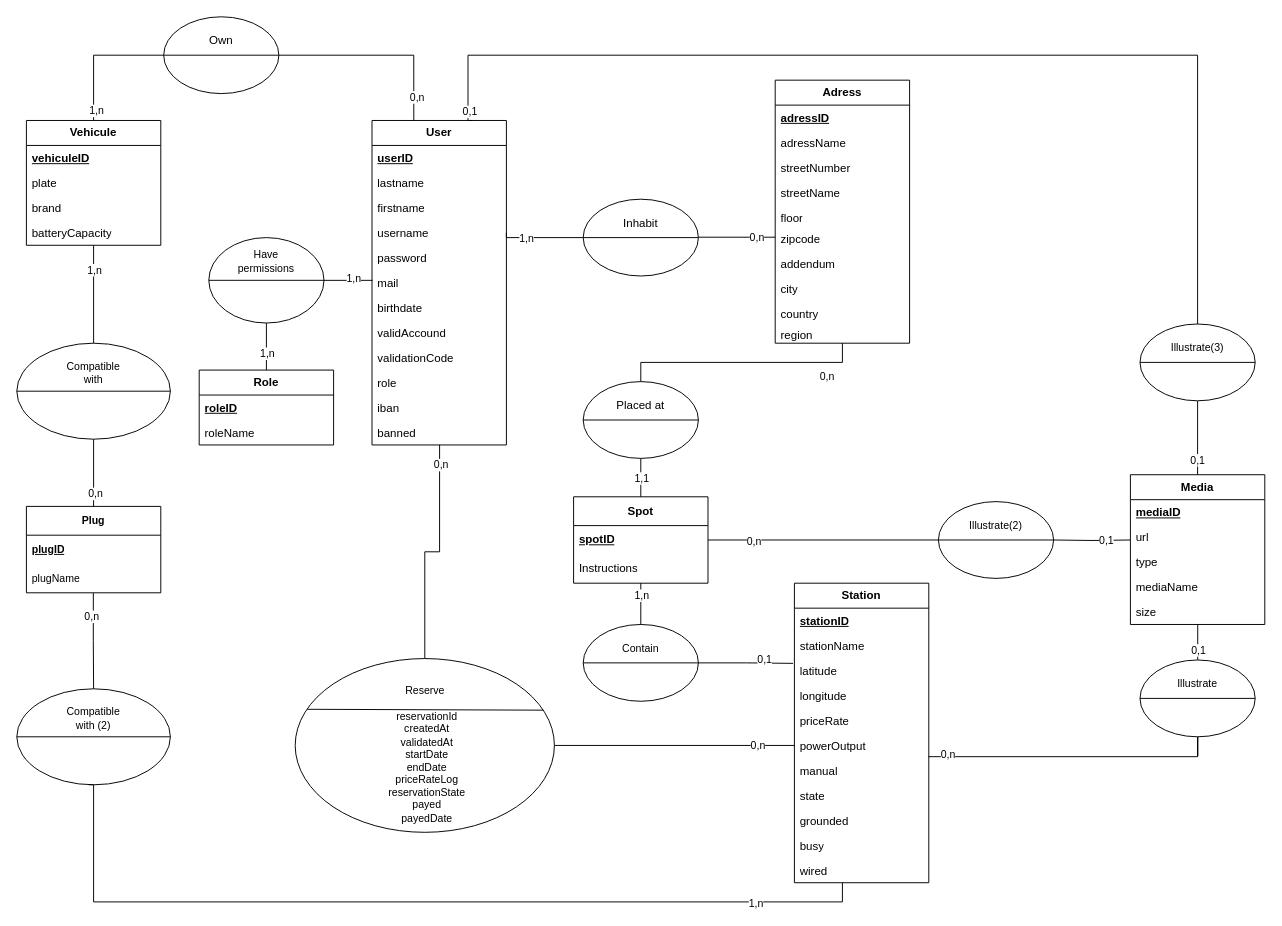
Above: page "mcd" (1 of 3) of Merise_Buisiness_Case.drawio in JeromePrevotat/businesscaseHB (draw.io), before the change. Source tidied: cells renumbered, new cells numbered last; positions are measured from the earlier drawing's top-left corner, leaving out a move shared by most shapes. Both pictures are drawn from the tidied source at 96%, with x=0, y=0 at pixel (16, 16).
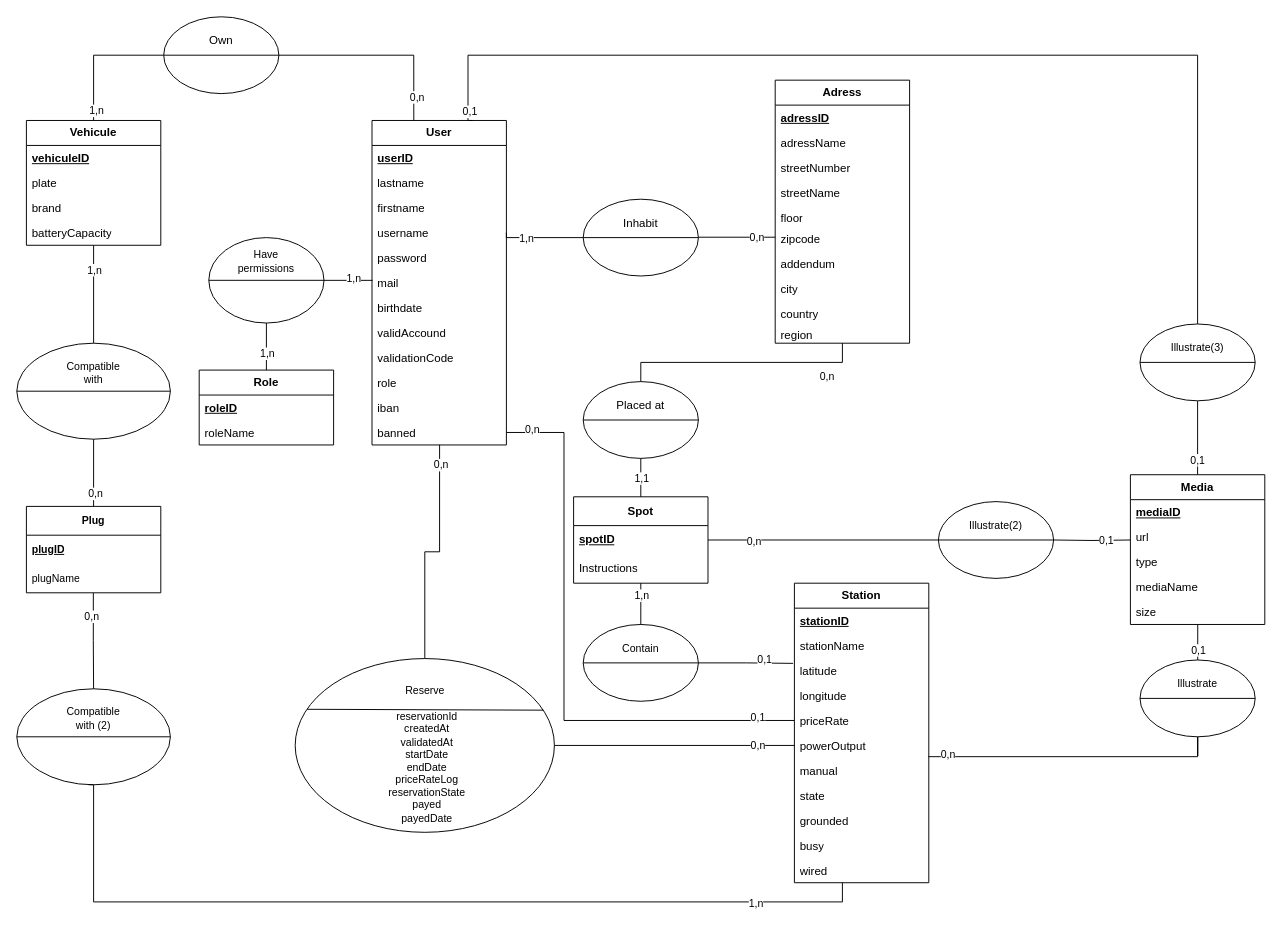
The same diagram, later.

Unchanged cells that the change refers to:
```xml
<mxCell id="7" value="priceRate" style="text;strokeColor=none;fillColor=none;align=left;verticalAlign=top;spacingLeft=4;spacingRight=4;overflow=hidden;points=[[0,0.5],[1,0.5]];portConstraint=eastwest;whiteSpace=wrap;html=1;" parent="2" vertex="1">
  <mxGeometry y="130" width="140" height="26" as="geometry" />
</mxCell>
<mxCell id="106" value="banned" style="text;strokeColor=none;fillColor=none;align=left;verticalAlign=top;spacingLeft=4;spacingRight=4;overflow=hidden;points=[[0,0.5],[1,0.5]];portConstraint=eastwest;whiteSpace=wrap;html=1;" parent="94" vertex="1">
  <mxGeometry y="312" width="140" height="26" as="geometry" />
</mxCell>
```

Diff of the diagram source:
```diff
@@
+    <mxCell id="147" style="edgeStyle=orthogonalEdgeStyle;rounded=0;jettySize=auto;html=1;entryX=0;entryY=0.5;entryDx=0;entryDy=0;endArrow=none;startFill=0;" parent="1" edge="1" source="106" target="7">
+      <mxGeometry relative="1" as="geometry">
+        <Array as="points">
+          <mxPoint x="570" y="433" />
+          <mxPoint x="570" y="733" />
+        </Array>
+      </mxGeometry>
+    </mxCell>
+    <mxCell id="148" value="0,&lt;span style=&quot;background-color: light-dark(rgb(255, 255, 255), rgb(18, 18, 18)); color: light-dark(rgb(0, 0, 0), rgb(255, 255, 255));&quot;&gt;1&lt;/span&gt;" style="edgeLabel;html=1;align=center;verticalAlign=middle;fontFamily=Helvetica;fontSize=11;fontColor=default;labelBackgroundColor=#FFFFFF;" parent="1" vertex="1">
+      <mxGeometry x="775.3" y="650" as="geometry">
+        <mxPoint x="-4" y="79" as="offset" />
+      </mxGeometry>
+    </mxCell>
+    <mxCell id="149" value="0,n" style="edgeLabel;html=1;align=center;verticalAlign=middle;fontFamily=Helvetica;fontSize=11;fontColor=default;labelBackgroundColor=#FFFFFF;" parent="1" vertex="1">
+      <mxGeometry x="540" y="350" as="geometry">
+        <mxPoint x="-4" y="79" as="offset" />
+      </mxGeometry>
+    </mxCell>
```
